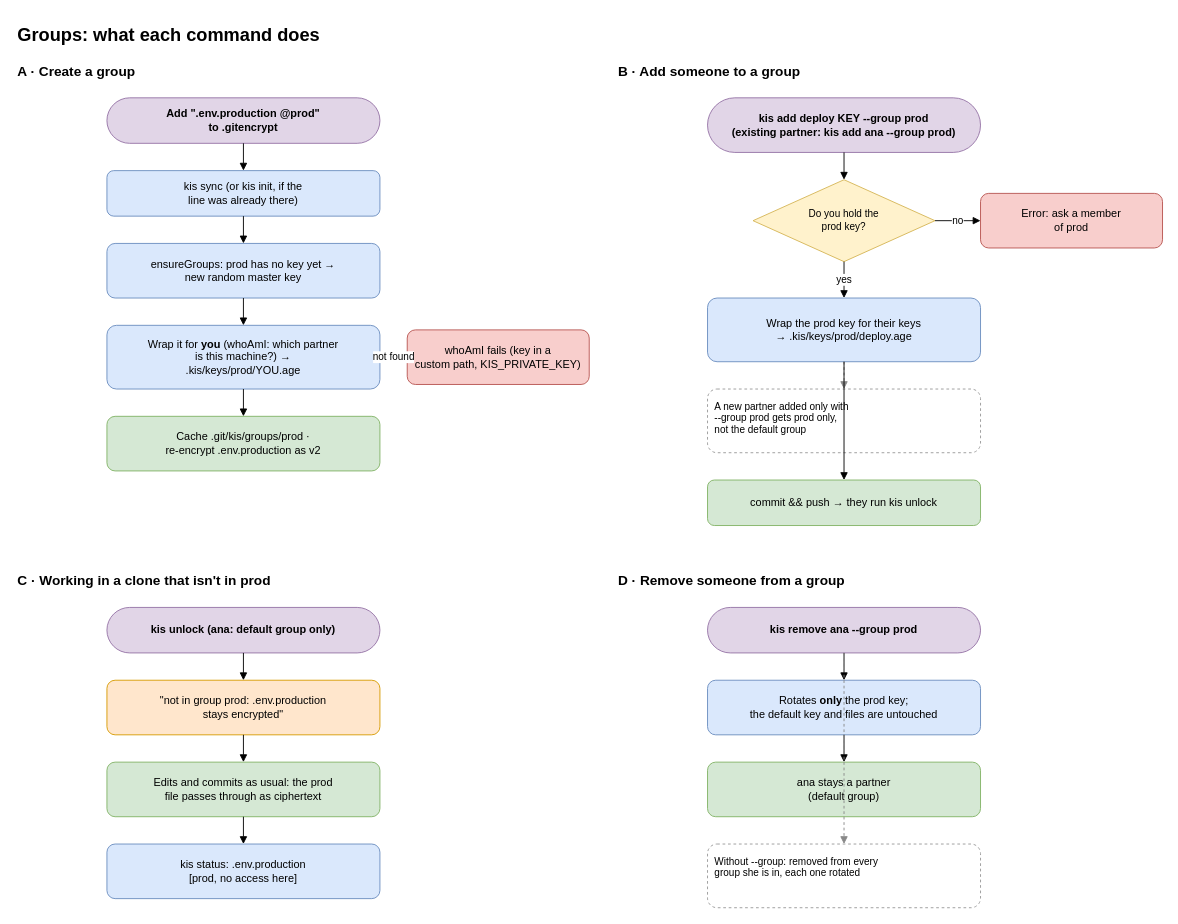
This is page "13 · Groups: create, add, work, remove" (13 of 13) of docs/diagrams/kis-flows.drawio from juanfraherrero/keep-in-secret, a draw.io file, before an edit. Source tidied: cells renumbered, new cells numbered last; positions are measured from the earlier drawing's top-left corner, leaving out a move shared by most shapes. Both pictures are drawn from the tidied source at 91%, with x=0, y=0 at pixel (15, 15).
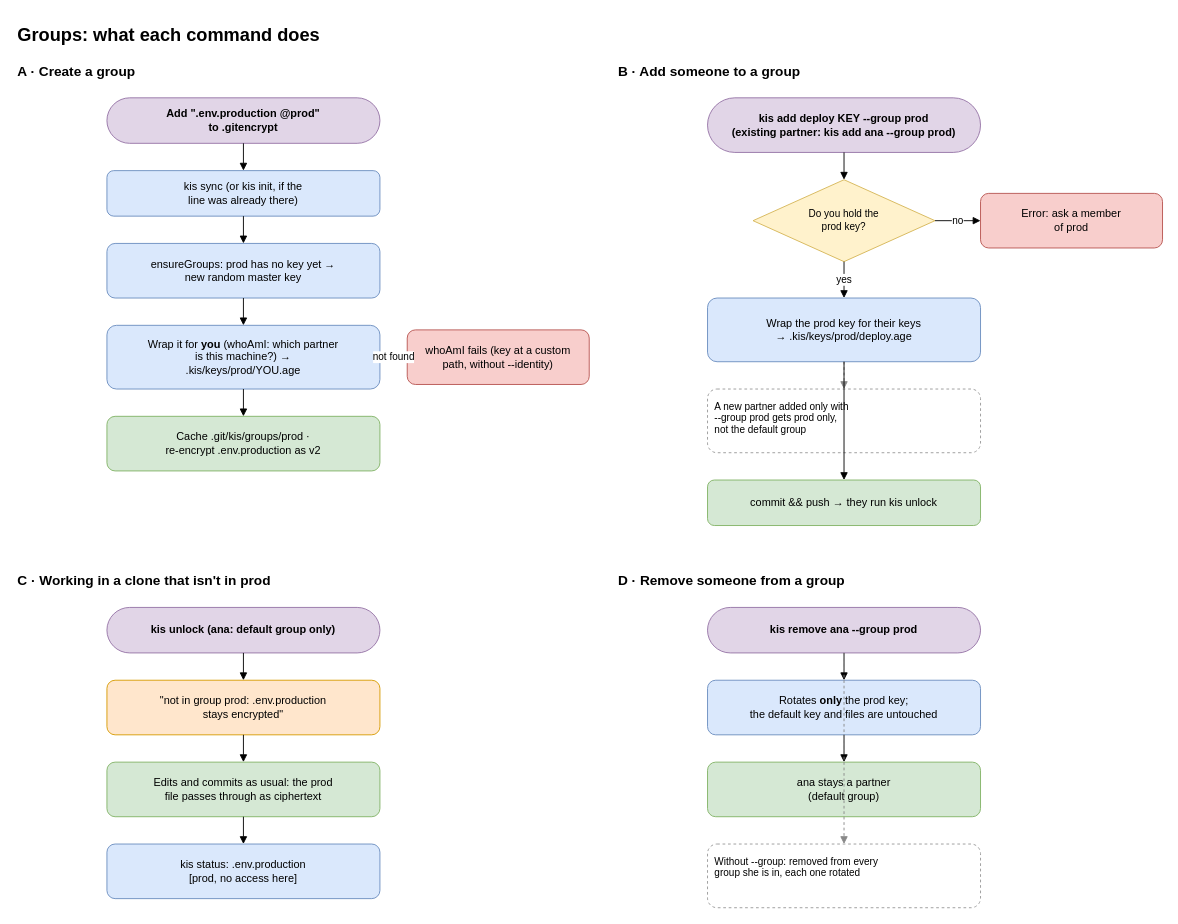
Above is the later version.

Change to the diagram source:
```diff
@@
-    <mxCell id="8" value="whoAmI fails (key in a&lt;br&gt;custom path, KIS_PRIVATE_KEY)" style="rounded=1;whiteSpace=wrap;html=1;fillColor=#f8cecc;strokeColor=#b85450;fontSize=12;" parent="1" vertex="1">
+    <mxCell id="8" value="whoAmI fails (key at a custom&lt;br&gt;path, without --identity)" style="rounded=1;whiteSpace=wrap;html=1;fillColor=#f8cecc;strokeColor=#b85450;fontSize=12;" parent="1" vertex="1">
       <mxGeometry x="430" y="345" width="200" height="60" as="geometry" />
     </mxCell>
```
